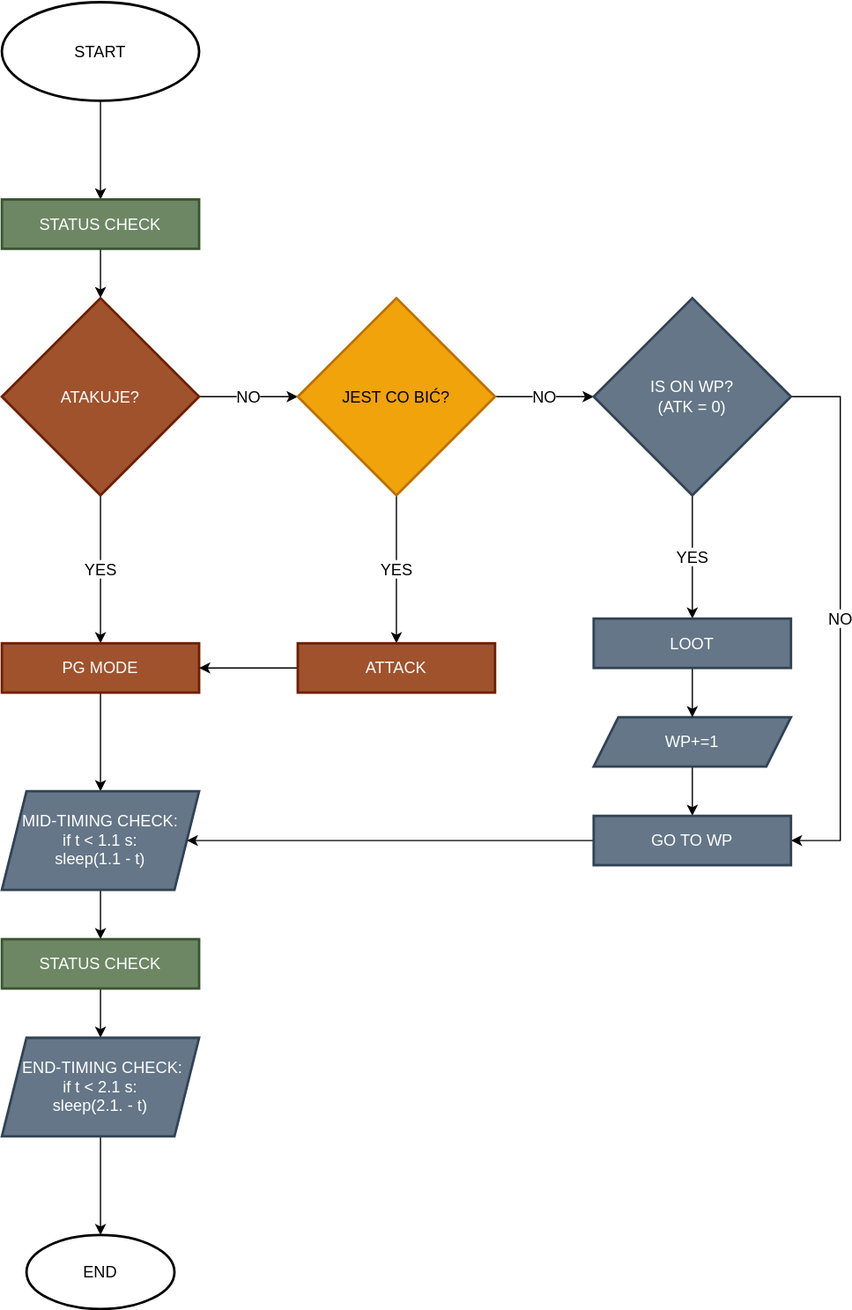
Above: src/img/flowchart_logika_andrzeja_pg.svg in lbaisinger/Andrzej-d2r (draw.io), before the change. Source tidied: cells renumbered, new cells last; positions are measured from the earlier drawing's top-left corner, leaving out a move shared by most shapes.
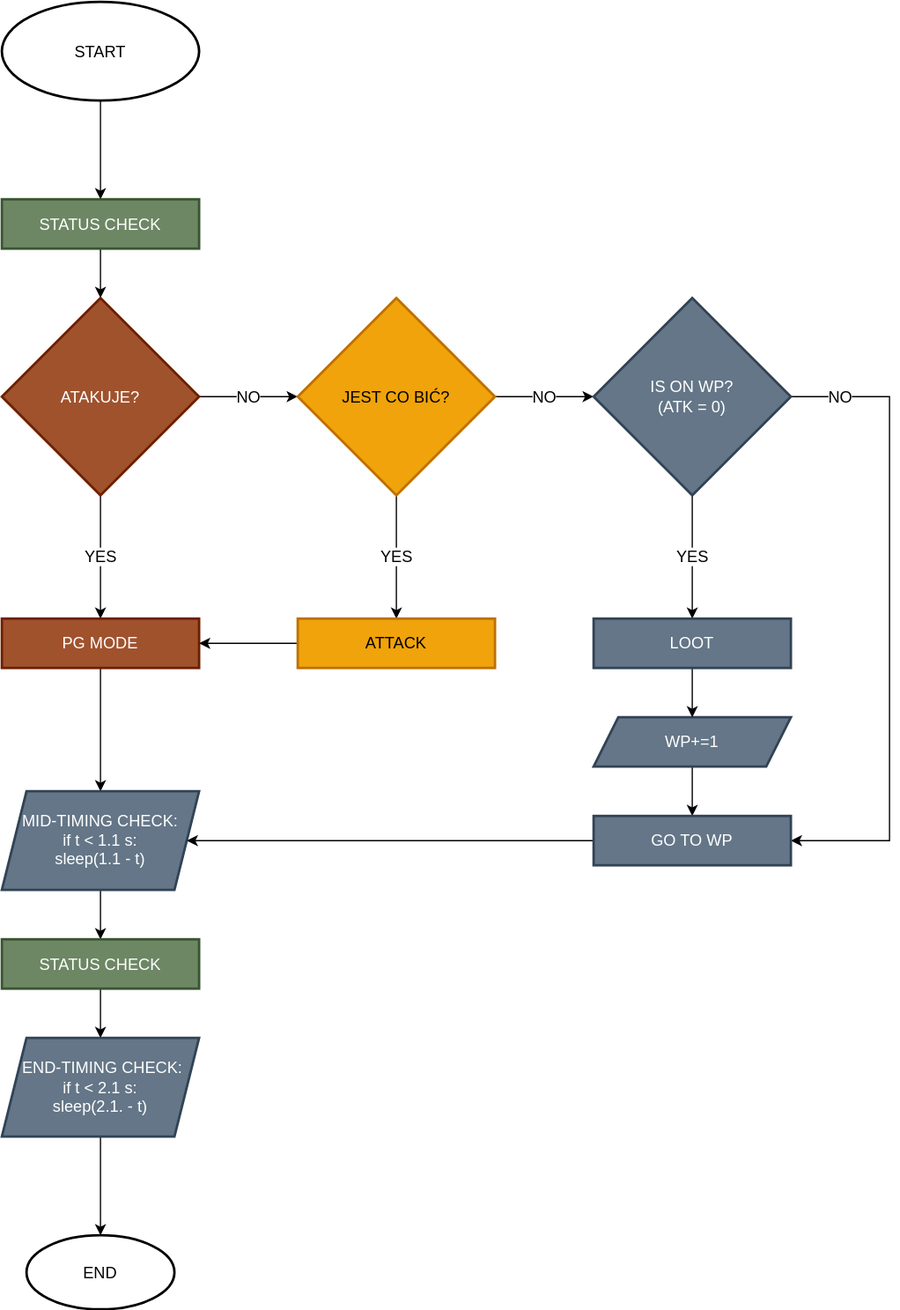
Above is the later version.

Change to the diagram source:
```diff
@@ -27,7 +27,7 @@
       <mxGeometry relative="1" as="geometry" />
     </mxCell>
     <mxCell id="10" value="PG MODE" style="whiteSpace=wrap;html=1;fillColor=#a0522d;strokeColor=#6D1F00;fontColor=#ffffff;strokeWidth=2;fontSize=13;" parent="1" vertex="1">
-      <mxGeometry y="520" width="160" height="40" as="geometry" />
+      <mxGeometry y="500" width="160" height="40" as="geometry" />
     </mxCell>
     <mxCell id="11" value="YES" style="edgeStyle=orthogonalEdgeStyle;rounded=0;jettySize=auto;html=1;fontSize=13;" parent="1" edge="1" source="13" target="15">
       <mxGeometry relative="1" as="geometry" />
@@ -41,8 +41,8 @@
     <mxCell id="14" style="edgeStyle=orthogonalEdgeStyle;rounded=0;jettySize=auto;html=1;exitX=0;exitY=0.5;exitDx=0;exitDy=0;fontSize=13;entryX=1;entryY=0.5;entryDx=0;entryDy=0;" parent="1" edge="1" source="15" target="10">
       <mxGeometry relative="1" as="geometry" />
     </mxCell>
-    <mxCell id="15" value="ATTACK" style="whiteSpace=wrap;html=1;fillColor=#a0522d;strokeColor=#6D1F00;fontColor=#ffffff;strokeWidth=2;fontSize=13;" parent="1" vertex="1">
-      <mxGeometry x="240" y="520" width="160" height="40" as="geometry" />
+    <mxCell id="15" value="ATTACK" style="whiteSpace=wrap;html=1;fillColor=#f0a30a;strokeColor=#BD7000;fontColor=#000000;strokeWidth=2;fontSize=13;" parent="1" vertex="1">
+      <mxGeometry x="240" y="500" width="160" height="40" as="geometry" />
     </mxCell>
     <mxCell id="16" style="edgeStyle=orthogonalEdgeStyle;rounded=0;jettySize=auto;html=1;fontSize=13;" parent="1" edge="1" source="17" target="19">
       <mxGeometry relative="1" as="geometry" />
@@ -66,10 +66,10 @@
       <mxGeometry x="20" y="1000" width="120" height="60" as="geometry" />
     </mxCell>
     <mxCell id="23" value="NO" style="edgeStyle=orthogonalEdgeStyle;rounded=0;jettySize=auto;html=1;exitX=1;exitY=0.5;exitDx=0;exitDy=0;entryX=1;entryY=0.5;entryDx=0;entryDy=0;fontSize=13;" parent="1" edge="1" source="25" target="29">
-      <mxGeometry relative="1" as="geometry">
+      <mxGeometry x="-0.85" relative="1" as="geometry">
         <Array as="points">
-          <mxPoint x="680" y="320" />
-          <mxPoint x="680" y="680" />
+          <mxPoint x="720" y="320" />
+          <mxPoint x="720" y="680" />
         </Array>
       </mxGeometry>
     </mxCell>
```
